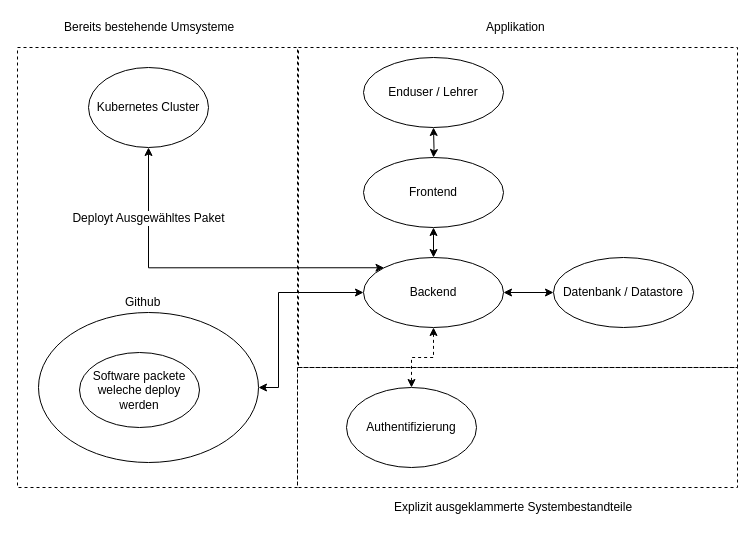
Before: docs/vorstudie/systemgrenzen.drawio in tbz-k8s/tbz_hf_va, a draw.io diagram. Source tidied: cells renumbered, new cells numbered last; positions are measured from the earlier drawing's top-left corner, leaving out a move shared by most shapes. Both pictures are drawn from the tidied source at 100%, with x=0, y=0 at pixel (17, 17).
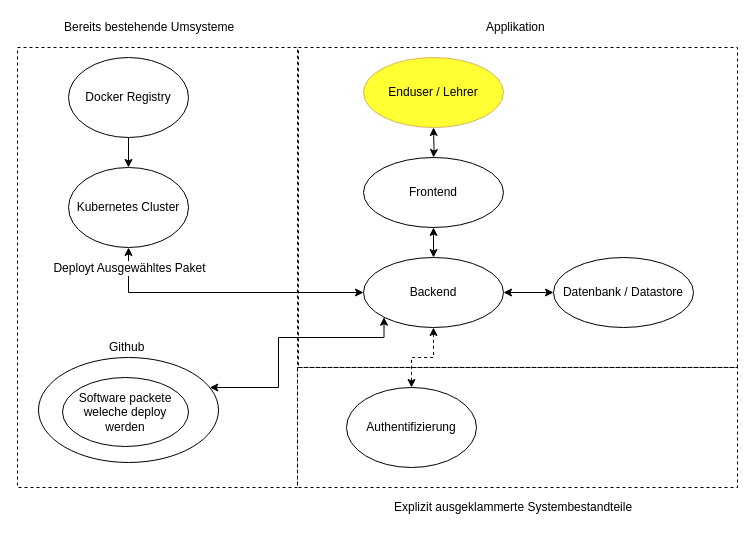
Above is the later version.

The change refers to these unchanged cells:
```xml
<mxCell id="14" value="Backend" style="ellipse;whiteSpace=wrap;html=1;" parent="1" vertex="1">
  <mxGeometry x="346" y="240" width="140" height="70" as="geometry" />
</mxCell>
```

What changed in the source:
```diff
@@
     <mxCell id="8" value="Kubernetes Cluster" style="ellipse;whiteSpace=wrap;html=1;" parent="1" vertex="1">
-      <mxGeometry x="71" y="50" width="120" height="80" as="geometry" />
+      <mxGeometry x="51" y="150" width="120" height="80" as="geometry" />
     </mxCell>
@@
-    <mxCell id="12" style="edgeStyle=orthogonalEdgeStyle;rounded=0;jettySize=auto;html=1;exitX=0;exitY=0;exitDx=0;exitDy=0;startArrow=classic;startFill=1;" parent="1" edge="1" source="14" target="8">
-      <mxGeometry relative="1" as="geometry" />
+    <mxCell id="12" style="edgeStyle=orthogonalEdgeStyle;rounded=0;jettySize=auto;html=1;exitX=0;exitY=0.5;exitDx=0;exitDy=0;startArrow=classic;startFill=1;" parent="1" edge="1" source="14" target="8">
+      <mxGeometry relative="1" as="geometry">
+        <Array as="points">
+          <mxPoint x="111" y="275" />
+        </Array>
+      </mxGeometry>
     </mxCell>
     <mxCell id="13" value="Deployt Ausgewähltes Paket" style="text;html=1;align=center;verticalAlign=middle;labelBackgroundColor=#ffffff;direction=south;" parent="12" vertex="1">
       <mxGeometry x="-0.15" y="3" relative="1" as="geometry">
-        <mxPoint x="-85" y="-53" as="offset" />
+        <mxPoint x="-116" y="-28" as="offset" />
       </mxGeometry>
     </mxCell>
@@
-    <mxCell id="16" style="edgeStyle=orthogonalEdgeStyle;rounded=0;jettySize=auto;html=1;exitX=0;exitY=0.5;exitDx=0;exitDy=0;startArrow=classic;startFill=1;" parent="1" edge="1" source="14" target="21">
+    <mxCell id="16" style="edgeStyle=orthogonalEdgeStyle;rounded=0;jettySize=auto;html=1;exitX=0;exitY=1;exitDx=0;exitDy=0;startArrow=classic;startFill=1;" parent="1" edge="1" source="14" target="21">
       <mxGeometry relative="1" as="geometry">
         <Array as="points">
-          <mxPoint x="261" y="275" />
+          <mxPoint x="367" y="320" />
+          <mxPoint x="261" y="320" />
           <mxPoint x="261" y="370" />
         </Array>
       </mxGeometry>
     </mxCell>
-    <mxCell id="17" value="Enduser / Lehrer" style="ellipse;whiteSpace=wrap;html=1;" parent="1" vertex="1">
+    <mxCell id="17" value="Enduser / Lehrer" style="ellipse;whiteSpace=wrap;html=1;fillColor=#FFFF33;strokeColor=#d6b656;" parent="1" vertex="1">
       <mxGeometry x="346" y="40" width="140" height="70" as="geometry" />
     </mxCell>
@@
     <mxCell id="20" style="group;" parent="1" vertex="1">
-      <mxGeometry x="21" y="275" width="220" height="170" as="geometry" />
+      <mxGeometry x="21" y="300" width="180" height="145" as="geometry" />
     </mxCell>
     <mxCell id="21" style="ellipse;whiteSpace=wrap;html=1;fillColor=none;" parent="20" vertex="1">
-      <mxGeometry y="20" width="220" height="150" as="geometry" />
+      <mxGeometry y="40" width="180" height="105" as="geometry" />
     </mxCell>
     <mxCell id="22" value="Github" style="text;html=1;align=left;verticalAlign=top;spacingTop=-4;" parent="20" vertex="1">
-      <mxGeometry x="85" width="50" height="20" as="geometry" />
+      <mxGeometry x="69" y="20" width="50" height="20" as="geometry" />
     </mxCell>
     <mxCell id="23" value="Software packete&lt;br&gt;weleche deploy werden" style="ellipse;whiteSpace=wrap;html=1;" parent="20" vertex="1">
-      <mxGeometry x="41" y="60" width="120" height="75" as="geometry" />
+      <mxGeometry x="24" y="60" width="126" height="69" as="geometry" />
     </mxCell>
@@
+    <mxCell id="25" style="edgeStyle=orthogonalEdgeStyle;rounded=0;jettySize=auto;html=1;exitX=0.5;exitY=1;exitDx=0;exitDy=0;entryX=0.5;entryY=0;entryDx=0;entryDy=0;" parent="1" edge="1" source="26" target="8">
+      <mxGeometry relative="1" as="geometry" />
+    </mxCell>
+    <mxCell id="26" value="Docker Registry" style="ellipse;whiteSpace=wrap;html=1;" parent="1" vertex="1">
+      <mxGeometry x="51" y="40" width="120" height="80" as="geometry" />
+    </mxCell>
```
